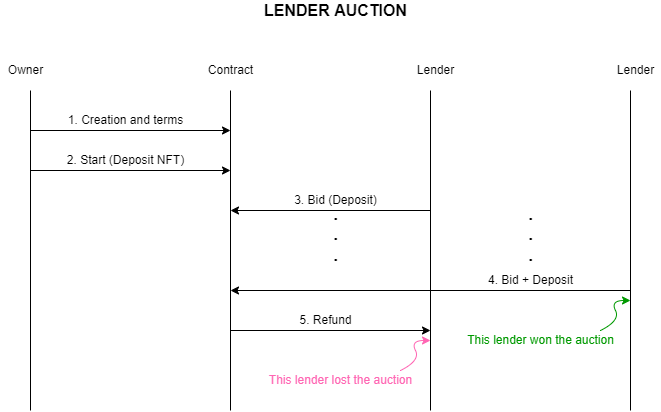
Before: doc/Lender Auction.png, a diagram exported from draw.io (nft-lending/nft-lending-algorand). Source tidied: cells renumbered, new cells last; positions are measured from the earlier drawing's top-left corner, leaving out a move shared by most shapes.
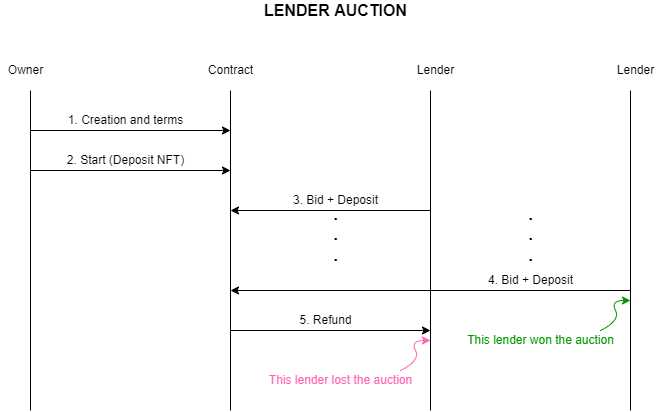
Later version of the same file.

Commit message:
fixing lender auction diagram

Change to the diagram source:
```diff
@@ -74,7 +74,7 @@
         <mxPoint x="230" y="210" as="targetPoint" />
       </mxGeometry>
     </mxCell>
-    <mxCell id="18" value="3. Bid (Deposit)" style="text;html=1;align=center;verticalAlign=middle;strokeColor=none;fillColor=none;" parent="1" vertex="1">
+    <mxCell id="18" value="3. Bid + Deposit" style="text;html=1;align=center;verticalAlign=middle;strokeColor=none;fillColor=none;" parent="1" vertex="1">
       <mxGeometry x="285" y="190" width="100" height="20" as="geometry" />
     </mxCell>
     <mxCell id="19" style="endArrow=classic;html=1;rounded=0;" parent="1" edge="1">
```
